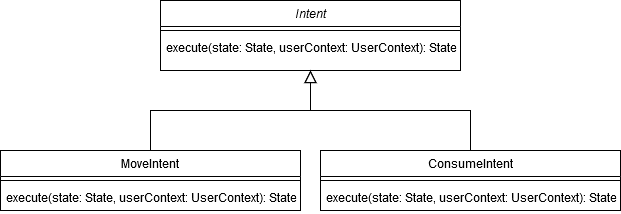
Before: report/img/Intent.png, a diagram exported from draw.io (code-and-conquer/darwin). Source tidied: cells renumbered, new cells last; positions are measured from the earlier drawing's top-left corner, leaving out a move shared by most shapes. The source it was exported from:
```xml
<mxGraphModel>
  <root>
    <mxCell id="0" />
    <mxCell id="1" parent="0" />
    <mxCell id="2" value="Intent" style="swimlane;fontStyle=2;align=center;verticalAlign=top;horizontal=1;startSize=26;rounded=0;shadow=0;strokeWidth=1;" parent="1" vertex="1">
      <mxGeometry x="160" width="300" height="70" as="geometry" />
    </mxCell>
    <mxCell id="3" style="line;html=1;strokeWidth=1;align=left;verticalAlign=middle;spacingTop=-1;spacingLeft=3;spacingRight=3;labelPosition=right;" parent="2" vertex="1">
      <mxGeometry y="26" width="300" height="8" as="geometry" />
    </mxCell>
    <mxCell id="4" value="execute(state: State, userContext: UserContext): State" style="text;align=left;verticalAlign=top;spacingLeft=4;spacingRight=4;overflow=hidden;" parent="2" vertex="1">
      <mxGeometry y="34" width="300" height="26" as="geometry" />
    </mxCell>
    <mxCell id="5" style="endArrow=block;endSize=10;endFill=0;shadow=0;strokeWidth=1;rounded=0;edgeStyle=elbowEdgeStyle;elbow=vertical;" parent="1" edge="1" source="10" target="2">
      <mxGeometry relative="1" as="geometry" />
    </mxCell>
    <mxCell id="6" style="endArrow=block;endSize=10;endFill=0;shadow=0;strokeWidth=1;rounded=0;edgeStyle=elbowEdgeStyle;elbow=vertical;" parent="1" edge="1" source="7" target="2">
      <mxGeometry relative="1" as="geometry" />
    </mxCell>
    <mxCell id="7" value="ConsumeIntent" style="swimlane;fontStyle=0;align=center;verticalAlign=top;horizontal=1;startSize=26;rounded=0;shadow=0;strokeWidth=1;" parent="1" vertex="1">
      <mxGeometry x="320" y="150" width="300" height="60" as="geometry" />
    </mxCell>
    <mxCell id="8" style="line;html=1;strokeWidth=1;align=left;verticalAlign=middle;spacingTop=-1;spacingLeft=3;spacingRight=3;labelPosition=right;" parent="7" vertex="1">
      <mxGeometry y="26" width="300" height="8" as="geometry" />
    </mxCell>
    <mxCell id="9" value="execute(state: State, userContext: UserContext): State" style="text;strokeColor=none;fillColor=none;align=left;verticalAlign=top;spacingLeft=4;spacingRight=4;overflow=hidden;" parent="7" vertex="1">
      <mxGeometry y="34" width="300" height="26" as="geometry" />
    </mxCell>
    <mxCell id="10" value="MoveIntent" style="swimlane;fontStyle=0;align=center;verticalAlign=top;horizontal=1;startSize=26;rounded=0;shadow=0;strokeWidth=1;" parent="1" vertex="1">
      <mxGeometry y="150" width="300" height="60" as="geometry" />
    </mxCell>
    <mxCell id="11" style="line;html=1;strokeWidth=1;align=left;verticalAlign=middle;spacingTop=-1;spacingLeft=3;spacingRight=3;labelPosition=right;" parent="10" vertex="1">
      <mxGeometry y="26" width="300" height="8" as="geometry" />
    </mxCell>
    <mxCell id="12" value="execute(state: State, userContext: UserContext): State" style="text;strokeColor=none;fillColor=none;align=left;verticalAlign=top;spacingLeft=4;spacingRight=4;overflow=hidden;" parent="10" vertex="1">
      <mxGeometry y="34" width="300" height="26" as="geometry" />
    </mxCell>
  </root>
</mxGraphModel>
```
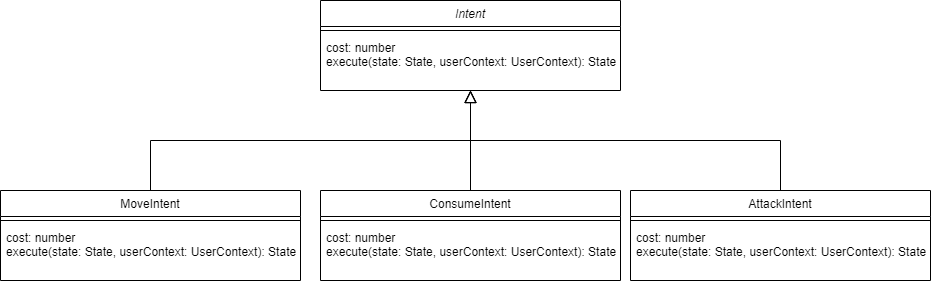
After the change.

The edit, as a diff of the source:
```diff
@@ -1,39 +1,51 @@
 <mxGraphModel>
   <root>
-    <mxCell id="0" />
-    <mxCell id="1" parent="0" />
-    <mxCell id="2" value="Intent" style="swimlane;fontStyle=2;align=center;verticalAlign=top;horizontal=1;startSize=26;rounded=0;shadow=0;strokeWidth=1;" parent="1" vertex="1">
-      <mxGeometry x="160" width="300" height="70" as="geometry" />
-    </mxCell>
-    <mxCell id="3" style="line;html=1;strokeWidth=1;align=left;verticalAlign=middle;spacingTop=-1;spacingLeft=3;spacingRight=3;labelPosition=right;" parent="2" vertex="1">
-      <mxGeometry y="26" width="300" height="8" as="geometry" />
-    </mxCell>
-    <mxCell id="4" value="execute(state: State, userContext: UserContext): State" style="text;align=left;verticalAlign=top;spacingLeft=4;spacingRight=4;overflow=hidden;" parent="2" vertex="1">
-      <mxGeometry y="34" width="300" height="26" as="geometry" />
-    </mxCell>
+    <mxCell id="13" />
+    <mxCell id="14" parent="13" />
-    <mxCell id="5" style="endArrow=block;endSize=10;endFill=0;shadow=0;strokeWidth=1;rounded=0;edgeStyle=elbowEdgeStyle;elbow=vertical;" parent="1" edge="1" source="10" target="2">
+    <mxCell id="5" style="endArrow=block;endSize=10;endFill=0;shadow=0;strokeWidth=1;rounded=0;edgeStyle=elbowEdgeStyle;elbow=vertical;" parent="14" edge="1" source="10" target="2">
       <mxGeometry relative="1" as="geometry" />
     </mxCell>
-    <mxCell id="6" style="endArrow=block;endSize=10;endFill=0;shadow=0;strokeWidth=1;rounded=0;edgeStyle=elbowEdgeStyle;elbow=vertical;" parent="1" edge="1" source="7" target="2">
+    <mxCell id="6" style="endArrow=block;endSize=10;endFill=0;shadow=0;strokeWidth=1;rounded=0;edgeStyle=elbowEdgeStyle;elbow=vertical;" parent="14" edge="1" source="7" target="2">
       <mxGeometry relative="1" as="geometry" />
     </mxCell>
-    <mxCell id="7" value="ConsumeIntent" style="swimlane;fontStyle=0;align=center;verticalAlign=top;horizontal=1;startSize=26;rounded=0;shadow=0;strokeWidth=1;" parent="1" vertex="1">
-      <mxGeometry x="320" y="150" width="300" height="60" as="geometry" />
+    <mxCell id="7" value="ConsumeIntent" style="swimlane;fontStyle=0;align=center;verticalAlign=top;horizontal=1;startSize=26;rounded=0;shadow=0;strokeWidth=1;" parent="14" vertex="1">
+      <mxGeometry x="320" y="150" width="300" height="90" as="geometry" />
     </mxCell>
-    <mxCell id="8" style="line;html=1;strokeWidth=1;align=left;verticalAlign=middle;spacingTop=-1;spacingLeft=3;spacingRight=3;labelPosition=right;" parent="7" vertex="1">
-      <mxGeometry y="26" width="300" height="8" as="geometry" />
-    </mxCell>
-    <mxCell id="9" value="execute(state: State, userContext: UserContext): State" style="text;strokeColor=none;fillColor=none;align=left;verticalAlign=top;spacingLeft=4;spacingRight=4;overflow=hidden;" parent="7" vertex="1">
-      <mxGeometry y="34" width="300" height="26" as="geometry" />
-    </mxCell>
+    <mxCell id="15" style="line;html=1;strokeWidth=1;align=left;verticalAlign=middle;spacingTop=-1;spacingLeft=3;spacingRight=3;labelPosition=right;" parent="7" vertex="1">
+      <mxGeometry y="26" width="300" height="8" as="geometry" />
+    </mxCell>
+    <mxCell id="16" value="cost: number&#10;execute(state: State, userContext: UserContext): State" style="text;strokeColor=none;fillColor=none;align=left;verticalAlign=top;spacingLeft=4;spacingRight=4;overflow=hidden;" parent="7" vertex="1">
+      <mxGeometry y="34" width="300" height="56" as="geometry" />
+    </mxCell>
-    <mxCell id="10" value="MoveIntent" style="swimlane;fontStyle=0;align=center;verticalAlign=top;horizontal=1;startSize=26;rounded=0;shadow=0;strokeWidth=1;" parent="1" vertex="1">
-      <mxGeometry y="150" width="300" height="60" as="geometry" />
+    <mxCell id="10" value="MoveIntent" style="swimlane;fontStyle=0;align=center;verticalAlign=top;horizontal=1;startSize=26;rounded=0;shadow=0;strokeWidth=1;" parent="14" vertex="1">
+      <mxGeometry y="150" width="300" height="90" as="geometry" />
     </mxCell>
-    <mxCell id="11" style="line;html=1;strokeWidth=1;align=left;verticalAlign=middle;spacingTop=-1;spacingLeft=3;spacingRight=3;labelPosition=right;" parent="10" vertex="1">
-      <mxGeometry y="26" width="300" height="8" as="geometry" />
-    </mxCell>
-    <mxCell id="12" value="execute(state: State, userContext: UserContext): State" style="text;strokeColor=none;fillColor=none;align=left;verticalAlign=top;spacingLeft=4;spacingRight=4;overflow=hidden;" parent="10" vertex="1">
-      <mxGeometry y="34" width="300" height="26" as="geometry" />
-    </mxCell>
+    <mxCell id="17" style="line;html=1;strokeWidth=1;align=left;verticalAlign=middle;spacingTop=-1;spacingLeft=3;spacingRight=3;labelPosition=right;" parent="10" vertex="1">
+      <mxGeometry y="26" width="300" height="8" as="geometry" />
+    </mxCell>
+    <mxCell id="18" value="cost: number&#10;execute(state: State, userContext: UserContext): State" style="text;strokeColor=none;fillColor=none;align=left;verticalAlign=top;spacingLeft=4;spacingRight=4;overflow=hidden;" parent="10" vertex="1">
+      <mxGeometry y="34" width="300" height="56" as="geometry" />
+    </mxCell>
+    <mxCell id="19" value="AttackIntent" style="swimlane;fontStyle=0;align=center;verticalAlign=top;horizontal=1;startSize=26;rounded=0;shadow=0;strokeWidth=1;" parent="14" vertex="1">
+      <mxGeometry x="630" y="150" width="300" height="90" as="geometry" />
+    </mxCell>
+    <mxCell id="20" style="line;html=1;strokeWidth=1;align=left;verticalAlign=middle;spacingTop=-1;spacingLeft=3;spacingRight=3;labelPosition=right;" parent="19" vertex="1">
+      <mxGeometry y="26" width="300" height="8" as="geometry" />
+    </mxCell>
+    <mxCell id="21" value="cost: number&#10;execute(state: State, userContext: UserContext): State" style="text;strokeColor=none;fillColor=none;align=left;verticalAlign=top;spacingLeft=4;spacingRight=4;overflow=hidden;" parent="19" vertex="1">
+      <mxGeometry y="34" width="300" height="56" as="geometry" />
+    </mxCell>
+    <mxCell id="22" style="endArrow=block;endSize=10;endFill=0;shadow=0;strokeWidth=1;rounded=0;edgeStyle=elbowEdgeStyle;elbow=vertical;exitX=0.5;exitY=0;exitDx=0;exitDy=0;entryX=0.5;entryY=1;entryDx=0;entryDy=0;" parent="14" edge="1" source="19" target="2">
+      <mxGeometry relative="1" as="geometry" />
+    </mxCell>
+    <mxCell id="2" value="Intent" style="swimlane;fontStyle=2;align=center;verticalAlign=top;horizontal=1;startSize=26;rounded=0;shadow=0;strokeWidth=1;" parent="14" vertex="1">
+      <mxGeometry x="320" y="-40" width="300" height="90" as="geometry" />
+    </mxCell>
+    <mxCell id="23" style="line;html=1;strokeWidth=1;align=left;verticalAlign=middle;spacingTop=-1;spacingLeft=3;spacingRight=3;labelPosition=right;" parent="2" vertex="1">
+      <mxGeometry y="26" width="300" height="8" as="geometry" />
+    </mxCell>
+    <mxCell id="24" value="cost: number&#10;execute(state: State, userContext: UserContext): State" style="text;align=left;verticalAlign=top;spacingLeft=4;spacingRight=4;overflow=hidden;" parent="2" vertex="1">
+      <mxGeometry y="34" width="300" height="56" as="geometry" />
+    </mxCell>
   </root>
 </mxGraphModel>
```
